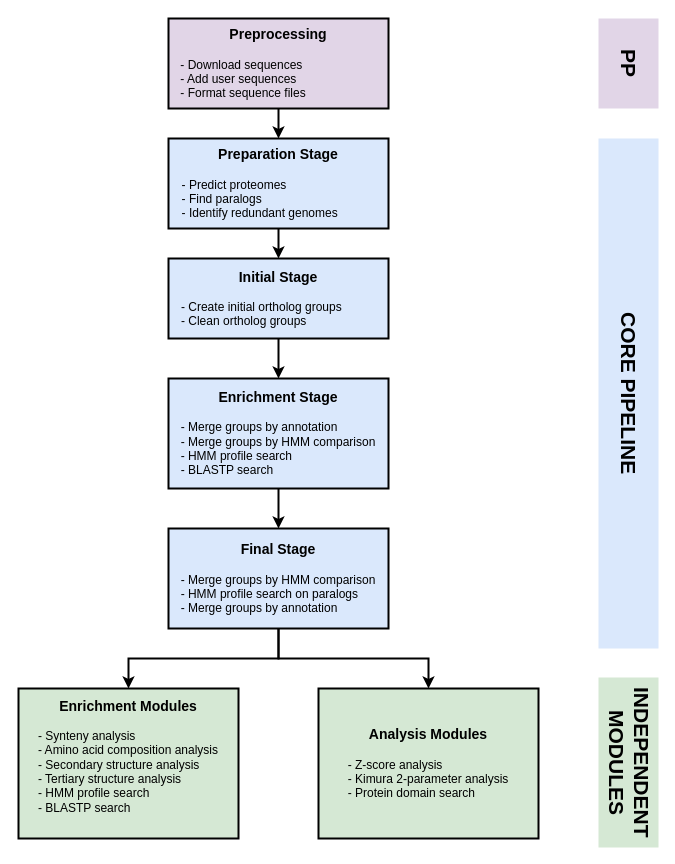
This is docs/workflow.drawio from viralorthology/viral-orthology, a draw.io file, before an edit. Source tidied: cells renumbered, new cells numbered last; positions are measured from the earlier drawing's top-left corner, leaving out a move shared by most shapes. Both pictures are drawn from the tidied source at 100%, with x=0, y=0 at pixel (18, 18).
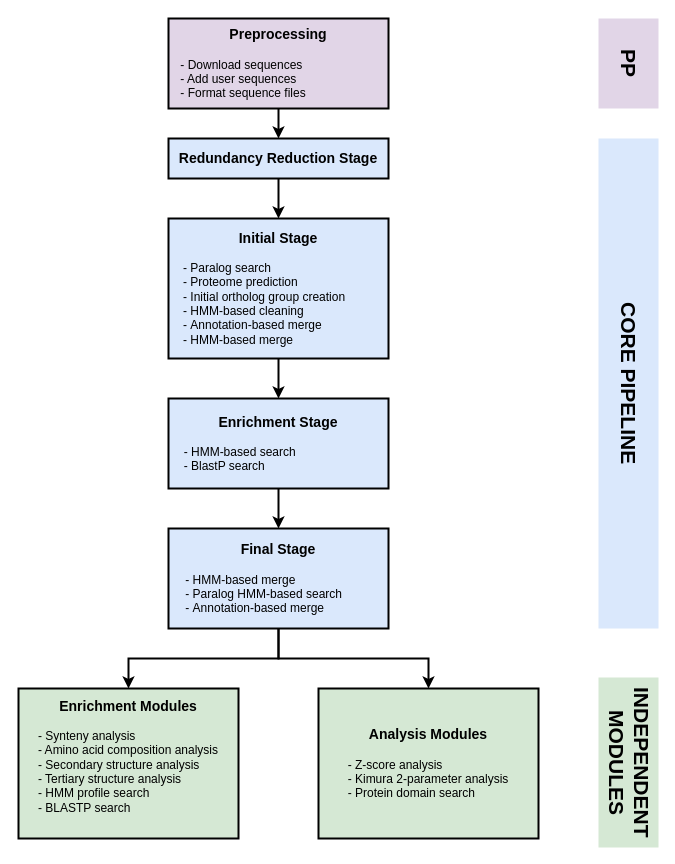
The same diagram, later.

Commit message:
docs: update workflow diagram

The edit, as a diff of the source:
```diff
@@
 <mxGraphModel>
   <root>
     <mxCell id="0" />
     <mxCell id="1" parent="0" />
     <mxCell id="2" style="edgeStyle=orthogonalEdgeStyle;rounded=0;jettySize=auto;html=1;exitX=0.5;exitY=1;exitDx=0;exitDy=0;entryX=0.5;entryY=0;entryDx=0;entryDy=0;strokeWidth=2;strokeColor=#000000;fillColor=#1ba1e2;" parent="1" edge="1" source="3" target="5">
       <mxGeometry relative="1" as="geometry" />
     </mxCell>
-    <mxCell id="3" value="&lt;div&gt;&lt;b&gt;&lt;font style=&quot;font-size: 14px;&quot;&gt;Preparation Stage&lt;/font&gt;&lt;/b&gt;&lt;/div&gt;&lt;div&gt;&lt;br&gt;&lt;/div&gt;&lt;div style=&quot;text-align: left;&quot;&gt;- Predict proteomes&lt;/div&gt;&lt;div style=&quot;text-align: left;&quot;&gt;- Find paralogs&lt;/div&gt;&lt;div style=&quot;text-align: left;&quot;&gt;- Identify redundant genomes&amp;nbsp; &amp;nbsp; &amp;nbsp; &amp;nbsp; &amp;nbsp; &amp;nbsp;&lt;/div&gt;" style="rounded=0;whiteSpace=wrap;html=1;fillColor=#dae8fc;strokeColor=#000000;strokeWidth=2;" parent="1" vertex="1">
-      <mxGeometry x="150" y="120" width="220" height="90" as="geometry" />
+    <mxCell id="3" value="&lt;div&gt;&lt;span style=&quot;background-color: transparent; font-size: 14px;&quot;&gt;&lt;b&gt;Redundancy Reduction Stage&lt;/b&gt;&lt;/span&gt;&lt;/div&gt;" style="rounded=0;whiteSpace=wrap;html=1;fillColor=#dae8fc;strokeColor=#000000;strokeWidth=2;" parent="1" vertex="1">
+      <mxGeometry x="150" y="120" width="220" height="40" as="geometry" />
     </mxCell>
     <mxCell id="4" style="edgeStyle=orthogonalEdgeStyle;rounded=0;jettySize=auto;html=1;exitX=0.5;exitY=1;exitDx=0;exitDy=0;entryX=0.5;entryY=0;entryDx=0;entryDy=0;strokeWidth=2;strokeColor=#000000;fillColor=#1ba1e2;" parent="1" edge="1" source="5" target="7">
       <mxGeometry relative="1" as="geometry" />
     </mxCell>
-    <mxCell id="5" value="&lt;div&gt;&lt;b&gt;&lt;font style=&quot;font-size: 14px;&quot;&gt;Initial Stage&lt;/font&gt;&lt;/b&gt;&lt;/div&gt;&lt;div style=&quot;text-align: left;&quot;&gt;&lt;br&gt;&lt;/div&gt;&lt;div style=&quot;text-align: left;&quot;&gt;- Create initial ortholog groups&amp;nbsp; &amp;nbsp; &amp;nbsp; &amp;nbsp; &amp;nbsp;&amp;nbsp;&lt;/div&gt;&lt;div style=&quot;text-align: left;&quot;&gt;- Clean ortholog groups&lt;/div&gt;" style="rounded=0;whiteSpace=wrap;html=1;fillColor=#dae8fc;strokeColor=#000000;strokeWidth=2;" parent="1" vertex="1">
-      <mxGeometry x="150" y="240" width="220" height="80" as="geometry" />
+    <mxCell id="5" value="&lt;div&gt;&lt;b&gt;&lt;font style=&quot;font-size: 14px;&quot;&gt;Initial Stage&lt;/font&gt;&lt;/b&gt;&lt;/div&gt;&lt;div style=&quot;text-align: left;&quot;&gt;&lt;br&gt;&lt;/div&gt;&lt;div style=&quot;text-align: left;&quot;&gt;&lt;div&gt;-&amp;nbsp;Paralog search&lt;/div&gt;&lt;div&gt;-&amp;nbsp;Proteome prediction&lt;/div&gt;&lt;div&gt;&lt;span style=&quot;background-color: transparent; color: light-dark(rgb(0, 0, 0), rgb(255, 255, 255));&quot;&gt;-&amp;nbsp;&lt;/span&gt;&lt;span style=&quot;background-color: transparent;&quot;&gt;Initial ortholog group creation&lt;/span&gt;&lt;/div&gt;&lt;/div&gt;&lt;div style=&quot;text-align: left;&quot;&gt;&lt;span style=&quot;background-color: transparent; color: light-dark(rgb(0, 0, 0), rgb(255, 255, 255));&quot;&gt;-&amp;nbsp;&lt;/span&gt;&lt;span style=&quot;background-color: transparent; text-align: center;&quot;&gt;HMM-based cleaning&lt;/span&gt;&lt;/div&gt;&lt;div style=&quot;text-align: left;&quot;&gt;-&amp;nbsp;Annotation-based merge&lt;span style=&quot;background-color: transparent; color: light-dark(rgb(0, 0, 0), rgb(255, 255, 255));&quot;&gt;&lt;/span&gt;&lt;/div&gt;&lt;div style=&quot;text-align: left;&quot;&gt;&lt;div&gt;&lt;span style=&quot;background-color: transparent; color: light-dark(rgb(0, 0, 0), rgb(255, 255, 255));&quot;&gt;-&amp;nbsp;&lt;/span&gt;&lt;span style=&quot;background-color: transparent;&quot;&gt;HMM-based merge&amp;nbsp; &amp;nbsp; &amp;nbsp; &amp;nbsp; &amp;nbsp; &amp;nbsp; &amp;nbsp; &amp;nbsp; &amp;nbsp; &amp;nbsp; &amp;nbsp; &amp;nbsp;&amp;nbsp;&lt;/span&gt;&lt;/div&gt;&lt;/div&gt;" style="rounded=0;whiteSpace=wrap;html=1;fillColor=#dae8fc;strokeColor=#000000;strokeWidth=2;" parent="1" vertex="1">
+      <mxGeometry x="150" y="200" width="220" height="140" as="geometry" />
     </mxCell>
     <mxCell id="6" style="edgeStyle=orthogonalEdgeStyle;rounded=0;jettySize=auto;html=1;exitX=0.5;exitY=1;exitDx=0;exitDy=0;entryX=0.5;entryY=0;entryDx=0;entryDy=0;strokeWidth=2;strokeColor=#000000;fillColor=#1ba1e2;" parent="1" edge="1" source="7" target="10">
       <mxGeometry relative="1" as="geometry" />
     </mxCell>
-    <mxCell id="7" value="&lt;div&gt;&lt;b&gt;&lt;font style=&quot;font-size: 14px;&quot;&gt;Enrichment Stage&lt;/font&gt;&lt;/b&gt;&lt;/div&gt;&lt;div style=&quot;text-align: left;&quot;&gt;&lt;br&gt;&lt;/div&gt;&lt;div style=&quot;text-align: left;&quot;&gt;- Merge groups by annotation&lt;/div&gt;&lt;div style=&quot;text-align: left;&quot;&gt;- Merge groups by HMM comparison&lt;/div&gt;&lt;div style=&quot;text-align: left;&quot;&gt;- HMM profile search&lt;/div&gt;&lt;div style=&quot;text-align: left;&quot;&gt;- BLASTP search&lt;/div&gt;" style="rounded=0;whiteSpace=wrap;html=1;fillColor=#dae8fc;strokeColor=#000000;strokeWidth=2;" parent="1" vertex="1">
-      <mxGeometry x="150" y="360" width="220" height="110" as="geometry" />
+    <mxCell id="7" value="&lt;div&gt;&lt;b&gt;&lt;font style=&quot;font-size: 14px;&quot;&gt;Enrichment Stage&lt;/font&gt;&lt;/b&gt;&lt;/div&gt;&lt;div style=&quot;text-align: left;&quot;&gt;&lt;span style=&quot;background-color: transparent; color: light-dark(rgb(0, 0, 0), rgb(255, 255, 255));&quot;&gt;&lt;br&gt;&lt;/span&gt;&lt;/div&gt;&lt;div style=&quot;text-align: left;&quot;&gt;&lt;span style=&quot;background-color: transparent; color: light-dark(rgb(0, 0, 0), rgb(255, 255, 255));&quot;&gt;-&amp;nbsp;&lt;/span&gt;&lt;span style=&quot;background-color: transparent; text-align: center;&quot;&gt;HMM-based search&amp;nbsp; &amp;nbsp; &amp;nbsp; &amp;nbsp; &amp;nbsp; &amp;nbsp; &amp;nbsp; &amp;nbsp; &amp;nbsp; &amp;nbsp; &amp;nbsp; &amp;nbsp;&lt;/span&gt;&lt;/div&gt;&lt;div style=&quot;text-align: left;&quot;&gt;- BlastP search&lt;/div&gt;" style="rounded=0;whiteSpace=wrap;html=1;fillColor=#dae8fc;strokeColor=#000000;strokeWidth=2;" parent="1" vertex="1">
+      <mxGeometry x="150" y="380" width="220" height="90" as="geometry" />
     </mxCell>
     <mxCell id="8" style="edgeStyle=orthogonalEdgeStyle;rounded=0;jettySize=auto;html=1;exitX=0.5;exitY=1;exitDx=0;exitDy=0;entryX=0.5;entryY=0;entryDx=0;entryDy=0;strokeWidth=2;strokeColor=#000000;" parent="1" edge="1" source="10" target="11">
       <mxGeometry relative="1" as="geometry" />
     </mxCell>
     <mxCell id="9" style="edgeStyle=orthogonalEdgeStyle;rounded=0;jettySize=auto;html=1;exitX=0.5;exitY=1;exitDx=0;exitDy=0;strokeWidth=2;strokeColor=#000000;" parent="1" edge="1" source="10" target="12">
       <mxGeometry relative="1" as="geometry" />
     </mxCell>
-    <mxCell id="10" value="&lt;div&gt;&lt;b&gt;&lt;font style=&quot;font-size: 14px;&quot;&gt;Final Stage&lt;/font&gt;&lt;/b&gt;&lt;/div&gt;&lt;div style=&quot;text-align: left;&quot;&gt;&lt;br&gt;&lt;/div&gt;&lt;div style=&quot;text-align: left;&quot;&gt;- Merge groups by HMM comparison&lt;/div&gt;&lt;div style=&quot;text-align: left;&quot;&gt;- HMM profile search on paralogs&lt;/div&gt;&lt;div style=&quot;text-align: left;&quot;&gt;- Merge groups by annotation&lt;/div&gt;" style="rounded=0;whiteSpace=wrap;html=1;fillColor=#dae8fc;strokeColor=#000000;strokeWidth=2;fillStyle=solid;" parent="1" vertex="1">
+    <mxCell id="10" value="&lt;div&gt;&lt;b&gt;&lt;font style=&quot;font-size: 14px;&quot;&gt;Final Stage&lt;/font&gt;&lt;/b&gt;&lt;/div&gt;&lt;div style=&quot;text-align: left;&quot;&gt;&lt;br&gt;&lt;/div&gt;&lt;div style=&quot;text-align: left;&quot;&gt;-&amp;nbsp;HMM-based merge&lt;/div&gt;&lt;div style=&quot;text-align: left;&quot;&gt;-&amp;nbsp;Paralog HMM-based search&lt;/div&gt;&lt;div style=&quot;text-align: left;&quot;&gt;-&amp;nbsp;Annotation-based merge&amp;nbsp; &amp;nbsp; &amp;nbsp; &amp;nbsp; &amp;nbsp; &amp;nbsp; &amp;nbsp;&amp;nbsp;&lt;/div&gt;" style="rounded=0;whiteSpace=wrap;html=1;fillColor=#dae8fc;strokeColor=#000000;strokeWidth=2;fillStyle=solid;" parent="1" vertex="1">
       <mxGeometry x="150" y="510" width="220" height="100" as="geometry" />
     </mxCell>
     <mxCell id="11" value="&lt;div&gt;&lt;b&gt;&lt;font style=&quot;font-size: 14px;&quot;&gt;Enrichment Modules&lt;/font&gt;&lt;/b&gt;&lt;/div&gt;&lt;div style=&quot;text-align: left;&quot;&gt;&lt;br&gt;&lt;/div&gt;&lt;div style=&quot;text-align: left;&quot;&gt;- Synteny analysis&lt;/div&gt;&lt;div style=&quot;text-align: left;&quot;&gt;- Amino acid composition analysis&lt;/div&gt;&lt;div style=&quot;text-align: left;&quot;&gt;- Secondary structure analysis&lt;/div&gt;&lt;div style=&quot;text-align: left;&quot;&gt;- Tertiary structure analysis&lt;/div&gt;&lt;div style=&quot;text-align: left;&quot;&gt;- HMM profile search&lt;/div&gt;&lt;div style=&quot;text-align: left;&quot;&gt;- BLASTP search&lt;/div&gt;&lt;div style=&quot;text-align: left;&quot;&gt;&lt;br&gt;&lt;/div&gt;" style="rounded=0;whiteSpace=wrap;html=1;fillColor=#d5e8d4;strokeColor=#000000;strokeWidth=2;fillStyle=solid;" parent="1" vertex="1">
       <mxGeometry y="670" width="220" height="150" as="geometry" />
     </mxCell>
     <mxCell id="12" value="&lt;div&gt;&lt;b&gt;&lt;font style=&quot;font-size: 14px;&quot;&gt;Analysis Modules&lt;/font&gt;&lt;/b&gt;&lt;/div&gt;&lt;div style=&quot;text-align: left;&quot;&gt;&lt;br&gt;&lt;/div&gt;&lt;div style=&quot;text-align: left;&quot;&gt;- Z-score analysis&lt;/div&gt;&lt;div style=&quot;text-align: left;&quot;&gt;- Kimura 2-parameter analysis&lt;/div&gt;&lt;div style=&quot;text-align: left;&quot;&gt;- Protein domain search&lt;/div&gt;" style="rounded=0;whiteSpace=wrap;html=1;fillColor=#d5e8d4;strokeColor=#000000;strokeWidth=2;fillStyle=solid;" parent="1" vertex="1">
       <mxGeometry x="300" y="670" width="220" height="150" as="geometry" />
     </mxCell>
     <mxCell id="13" value="&lt;b&gt;&lt;font style=&quot;font-size: 21px;&quot;&gt;CORE PIPELINE&lt;/font&gt;&lt;/b&gt;" style="text;html=1;whiteSpace=wrap;strokeColor=none;fillColor=#dae8fc;align=center;verticalAlign=middle;rounded=0;textDirection=vertical-lr;fillStyle=solid;" parent="1" vertex="1">
-      <mxGeometry x="580" y="120" width="60" height="510" as="geometry" />
+      <mxGeometry x="580" y="120" width="60" height="490" as="geometry" />
     </mxCell>
     <mxCell id="14" value="&lt;font style=&quot;font-size: 21px;&quot;&gt;INDEPENDENT MODULES&lt;/font&gt;" style="text;html=1;whiteSpace=wrap;strokeColor=none;fillColor=#d5e8d4;align=center;verticalAlign=middle;rounded=0;textDirection=vertical-rl;fontStyle=1;fillStyle=solid;" parent="1" vertex="1">
       <mxGeometry x="580" y="659" width="60" height="170" as="geometry" />
     </mxCell>
     <mxCell id="15" style="edgeStyle=orthogonalEdgeStyle;rounded=0;jettySize=auto;html=1;exitX=0.5;exitY=1;exitDx=0;exitDy=0;entryX=0.5;entryY=0;entryDx=0;entryDy=0;strokeWidth=2;" parent="1" edge="1" source="16" target="3">
       <mxGeometry relative="1" as="geometry" />
     </mxCell>
     <mxCell id="16" value="&lt;div&gt;&lt;span style=&quot;font-size: 14px;&quot;&gt;&lt;b&gt;Preprocessing&lt;/b&gt;&lt;/span&gt;&lt;/div&gt;&lt;div&gt;&lt;br&gt;&lt;/div&gt;&lt;div style=&quot;text-align: left;&quot;&gt;- Download sequences&lt;/div&gt;&lt;div style=&quot;text-align: left;&quot;&gt;- Add user sequences&lt;/div&gt;&lt;div style=&quot;text-align: left;&quot;&gt;- Format sequence files&amp;nbsp; &amp;nbsp; &amp;nbsp; &amp;nbsp; &amp;nbsp; &amp;nbsp; &amp;nbsp; &amp;nbsp; &amp;nbsp; &amp;nbsp; &amp;nbsp;&lt;/div&gt;" style="rounded=0;whiteSpace=wrap;html=1;fillColor=#e1d5e7;strokeColor=#000000;strokeWidth=2;" parent="1" vertex="1">
       <mxGeometry x="150" width="220" height="90" as="geometry" />
     </mxCell>
     <mxCell id="17" value="&lt;span style=&quot;font-size: 21px;&quot;&gt;&lt;b&gt;PP&lt;/b&gt;&lt;/span&gt;" style="text;html=1;whiteSpace=wrap;strokeColor=none;fillColor=#e1d5e7;align=center;verticalAlign=middle;rounded=0;textDirection=vertical-lr;fillStyle=solid;" parent="1" vertex="1">
       <mxGeometry x="580" width="60" height="90" as="geometry" />
     </mxCell>
   </root>
 </mxGraphModel>
```
